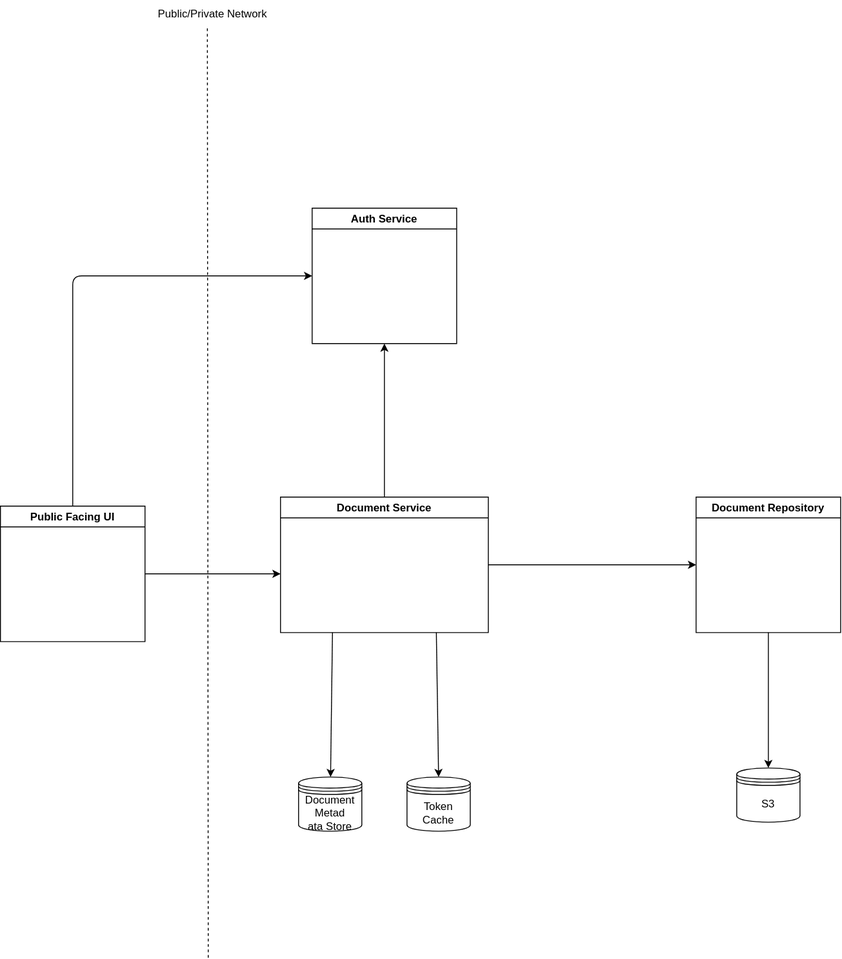
This is design.svg from tselisomolukanele/file-delivery, a draw.io export, as it was before one commit. Source tidied: cells renumbered, new cells last; positions are measured from the earlier drawing's top-left corner, leaving out a move shared by most shapes.
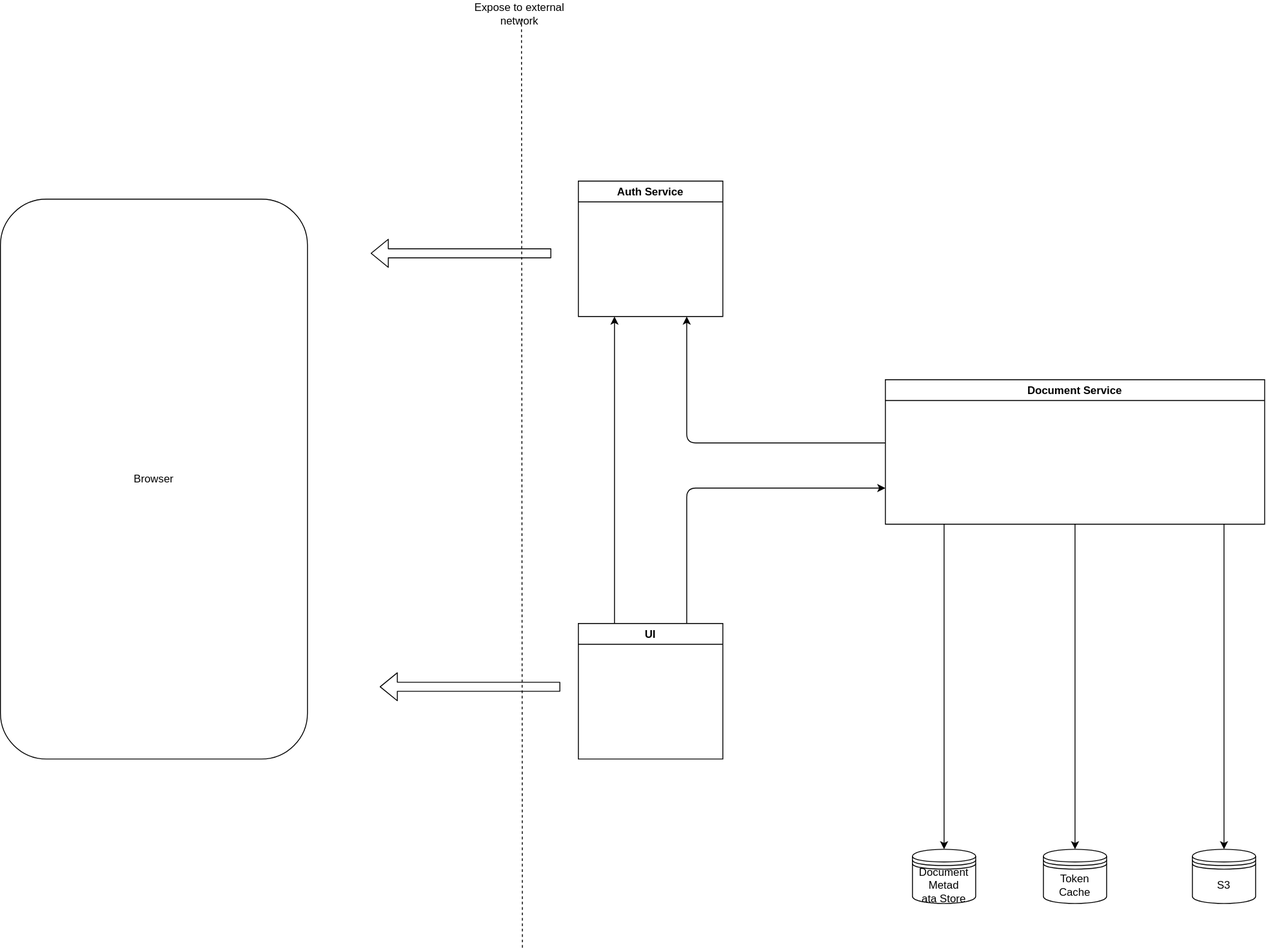
Later version of the same file.

Diff of the diagram source:
```diff
@@ -2,61 +2,78 @@
   <root>
     <mxCell id="0" />
     <mxCell id="1" parent="0" />
-    <mxCell id="2" style="edgeStyle=none;html=1;exitX=1;exitY=0.5;exitDx=0;exitDy=0;" parent="1" edge="1" source="4">
+    <mxCell id="2" style="edgeStyle=none;html=1;exitX=0.75;exitY=0;exitDx=0;exitDy=0;entryX=0;entryY=0.75;entryDx=0;entryDy=0;" parent="1" edge="1" source="4" target="9">
       <mxGeometry relative="1" as="geometry">
-        <mxPoint x="310" y="635" as="targetPoint" />
+        <Array as="points">
+          <mxPoint x="130" y="450" />
+        </Array>
       </mxGeometry>
     </mxCell>
-    <mxCell id="3" style="edgeStyle=none;html=1;exitX=0.5;exitY=0;exitDx=0;exitDy=0;entryX=0;entryY=0.5;entryDx=0;entryDy=0;" parent="1" edge="1" source="4" target="10">
-      <mxGeometry relative="1" as="geometry">
-        <Array as="points">
-          <mxPoint x="80" y="305" />
-        </Array>
-      </mxGeometry>
+    <mxCell id="3" style="edgeStyle=none;html=1;exitX=0.25;exitY=0;exitDx=0;exitDy=0;entryX=0.25;entryY=1;entryDx=0;entryDy=0;" parent="1" edge="1" source="4" target="10">
+      <mxGeometry x="0.15" relative="1" as="geometry" />
     </mxCell>
-    <mxCell id="4" value="Public Facing UI" style="swimlane;startSize=23;" parent="1" vertex="1">
-      <mxGeometry y="560" width="160" height="150" as="geometry" />
+    <mxCell id="4" value="UI" style="swimlane;startSize=23;" parent="1" vertex="1">
+      <mxGeometry x="10" y="600" width="160" height="150" as="geometry" />
     </mxCell>
-    <mxCell id="5" style="edgeStyle=none;html=1;exitX=0.25;exitY=1;exitDx=0;exitDy=0;" parent="1" edge="1" source="9" target="13">
-      <mxGeometry relative="1" as="geometry" />
+    <mxCell id="5" style="edgeStyle=none;html=1;" parent="1" edge="1" target="13">
+      <mxGeometry relative="1" as="geometry">
+        <mxPoint x="415" y="490" as="sourcePoint" />
+      </mxGeometry>
     </mxCell>
-    <mxCell id="6" style="edgeStyle=none;html=1;exitX=0.75;exitY=1;exitDx=0;exitDy=0;entryX=0.5;entryY=0;entryDx=0;entryDy=0;" parent="1" edge="1" source="9" target="14">
+    <mxCell id="6" style="edgeStyle=none;html=1;exitX=0.5;exitY=1;exitDx=0;exitDy=0;entryX=0.5;entryY=0;entryDx=0;entryDy=0;" parent="1" edge="1" source="9" target="14">
       <mxGeometry relative="1" as="geometry" />
     </mxCell>
-    <mxCell id="7" style="edgeStyle=none;html=1;exitX=1;exitY=0.5;exitDx=0;exitDy=0;entryX=0;entryY=0.5;entryDx=0;entryDy=0;" parent="1" edge="1" source="9" target="12">
-      <mxGeometry relative="1" as="geometry" />
-    </mxCell>
-    <mxCell id="8" style="edgeStyle=none;html=1;exitX=0.5;exitY=0;exitDx=0;exitDy=0;entryX=0.5;entryY=1;entryDx=0;entryDy=0;" parent="1" edge="1" source="9" target="10">
-      <mxGeometry relative="1" as="geometry" />
+    <mxCell id="8" style="edgeStyle=none;html=1;entryX=0.75;entryY=1;entryDx=0;entryDy=0;" parent="1" edge="1" target="10">
+      <mxGeometry x="0.23" relative="1" as="geometry">
+        <mxPoint x="350" y="400" as="sourcePoint" />
+        <Array as="points">
+          <mxPoint x="130" y="400" />
+        </Array>
+      </mxGeometry>
     </mxCell>
     <mxCell id="9" value="Document Service" style="swimlane;" parent="1" vertex="1">
-      <mxGeometry x="310" y="550" width="230" height="150" as="geometry" />
+      <mxGeometry x="350" y="330" width="420" height="160" as="geometry" />
     </mxCell>
     <mxCell id="10" value="Auth Service" style="swimlane;" parent="1" vertex="1">
-      <mxGeometry x="345" y="230" width="160" height="150" as="geometry" />
+      <mxGeometry x="10" y="110" width="160" height="150" as="geometry" />
     </mxCell>
-    <mxCell id="11" style="edgeStyle=none;html=1;exitX=0.5;exitY=1;exitDx=0;exitDy=0;entryX=0.5;entryY=0;entryDx=0;entryDy=0;" parent="1" edge="1" source="12" target="17">
-      <mxGeometry relative="1" as="geometry" />
+    <mxCell id="11" style="edgeStyle=none;html=1;entryX=0.5;entryY=0;entryDx=0;entryDy=0;" parent="1" edge="1" target="17">
+      <mxGeometry relative="1" as="geometry">
+        <mxPoint x="725" y="490" as="sourcePoint" />
+      </mxGeometry>
     </mxCell>
-    <mxCell id="12" value="Document Repository" style="swimlane;" parent="1" vertex="1">
-      <mxGeometry x="770" y="550" width="160" height="150" as="geometry" />
-    </mxCell>
     <mxCell id="13" value="Document Metad&lt;div&gt;ata Store&lt;/div&gt;" style="shape=datastore;whiteSpace=wrap;html=1;" parent="1" vertex="1">
-      <mxGeometry x="330" y="860" width="70" height="60" as="geometry" />
+      <mxGeometry x="380" y="850" width="70" height="60" as="geometry" />
     </mxCell>
     <mxCell id="14" value="Token Cache" style="shape=datastore;whiteSpace=wrap;html=1;" parent="1" vertex="1">
-      <mxGeometry x="450" y="860" width="70" height="60" as="geometry" />
+      <mxGeometry x="525" y="850" width="70" height="60" as="geometry" />
     </mxCell>
-    <mxCell id="15" style="endArrow=none;dashed=1;html=1;entryX=0.454;entryY=1.033;entryDx=0;entryDy=0;entryPerimeter=0;" parent="1" edge="1" target="16">
+    <mxCell id="15" style="endArrow=none;dashed=1;html=1;entryX=0.454;entryY=1.033;entryDx=0;entryDy=0;entryPerimeter=0;" parent="1" edge="1">
       <mxGeometry relative="1" as="geometry">
-        <mxPoint x="230" y="1060" as="sourcePoint" />
+        <mxPoint x="-52" y="959" as="sourcePoint" />
+        <mxPoint x="-53" y="-70" as="targetPoint" />
       </mxGeometry>
     </mxCell>
-    <mxCell id="16" value="Public/Private Network" style="text;html=1;whiteSpace=wrap;strokeColor=none;fillColor=none;align=center;verticalAlign=middle;rounded=0;" parent="1" vertex="1">
-      <mxGeometry x="170" width="130" height="30" as="geometry" />
+    <mxCell id="16" value="Expose to external network" style="text;html=1;whiteSpace=wrap;strokeColor=none;fillColor=none;align=center;verticalAlign=middle;rounded=0;" parent="1" vertex="1">
+      <mxGeometry x="-120" y="-90" width="130" height="30" as="geometry" />
     </mxCell>
     <mxCell id="17" value="S3" style="shape=datastore;whiteSpace=wrap;html=1;" parent="1" vertex="1">
-      <mxGeometry x="815" y="850" width="70" height="60" as="geometry" />
+      <mxGeometry x="690" y="850" width="70" height="60" as="geometry" />
     </mxCell>
+    <mxCell id="18" style="shape=flexArrow;endArrow=classic;html=1;" parent="1" edge="1">
+      <mxGeometry relative="1" as="geometry">
+        <mxPoint x="-20" y="190" as="sourcePoint" />
+        <mxPoint x="-220" y="190" as="targetPoint" />
+      </mxGeometry>
+    </mxCell>
+    <mxCell id="19" style="shape=flexArrow;endArrow=classic;html=1;" parent="1" edge="1">
+      <mxGeometry relative="1" as="geometry">
+        <mxPoint x="-10" y="670" as="sourcePoint" />
+        <mxPoint x="-210" y="670" as="targetPoint" />
+      </mxGeometry>
+    </mxCell>
+    <mxCell id="20" value="Browser" style="rounded=1;whiteSpace=wrap;html=1;roundedPerimeter=1;" parent="1" vertex="1">
+      <mxGeometry x="-630" y="130" width="340" height="620" as="geometry" />
+    </mxCell>
   </root>
 </mxGraphModel>
```
